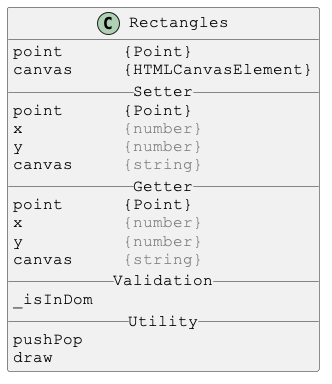
Justin-Byrne/canvasLab keeps this PlantUML diagram as docs/PlantUml/images/Rectangles.png. Above is the earlier version.
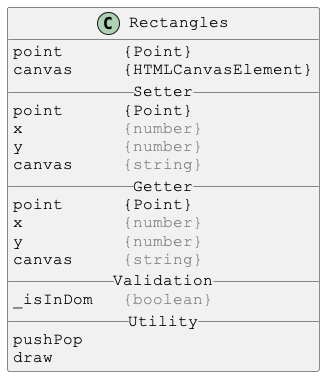
The same diagram one commit later.

Change to the diagram source:
```diff
@@ -17,7 +17,7 @@
 y          <color:gray>{number}</color>
 canvas     <color:gray>{string}</color>
 __ Validation __
-_isInDom
+_isInDom   <color:gray>{boolean}</color>
 __ Utility __
 pushPop
 draw
```
